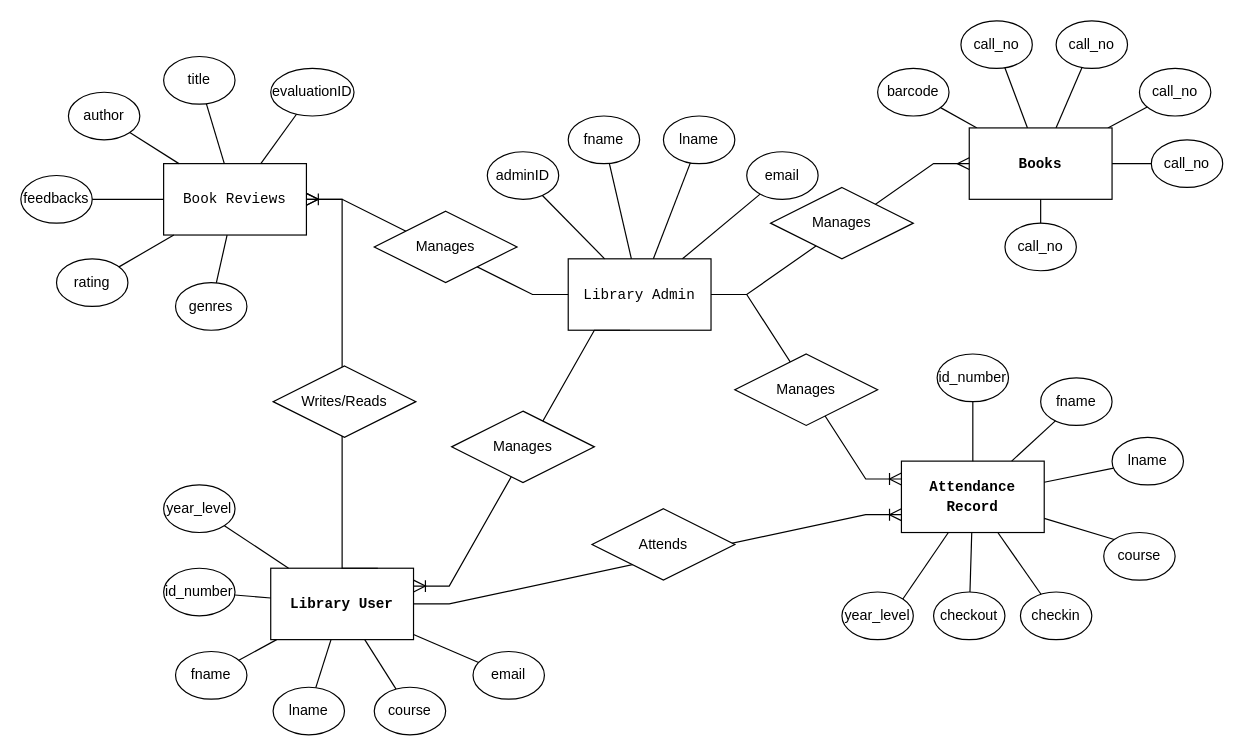
The draw.io diagram erd.drawio in carmelooo1/capstone_docs, before the edit. Source tidied: cells renumbered, new cells numbered last; positions are measured from the earlier drawing's top-left corner, leaving out a move shared by most shapes. Both pictures are drawn from the tidied source at 119%, with x=0, y=0 at pixel (20, 20).
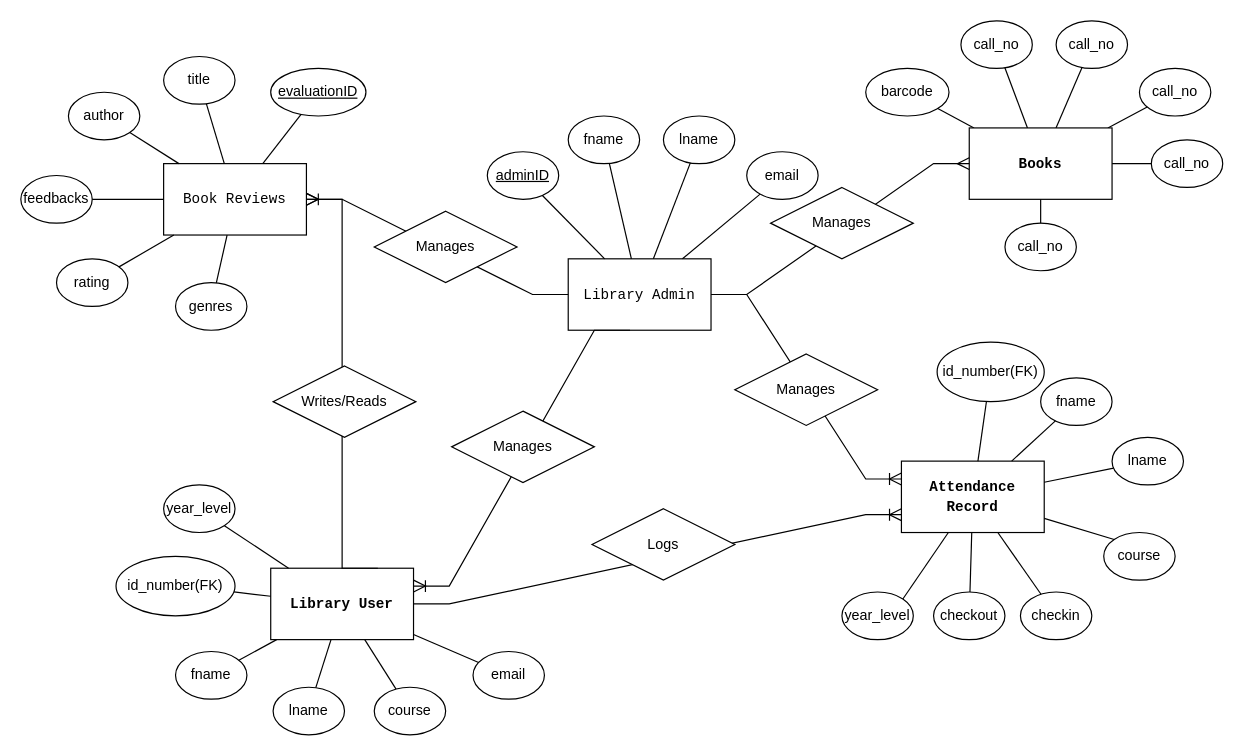
Above is the later version.

The edit, as a diff of the source:
```diff
@@
     <mxCell id="2" value="barcode" style="ellipse;whiteSpace=wrap;html=1;" parent="1" vertex="1">
-      <mxGeometry x="720" y="40" width="60" height="40" as="geometry" />
+      <mxGeometry x="710" y="40" width="70" height="40" as="geometry" />
     </mxCell>
@@
-    <mxCell id="28" value="Attends" style="shape=rhombus;perimeter=rhombusPerimeter;whiteSpace=wrap;html=1;align=center;fontFamily=Helvetica;fontSize=12;fontColor=default;labelBackgroundColor=default;" parent="1" vertex="1">
+    <mxCell id="28" value="Logs" style="shape=rhombus;perimeter=rhombusPerimeter;whiteSpace=wrap;html=1;align=center;fontFamily=Helvetica;fontSize=12;fontColor=default;labelBackgroundColor=default;" parent="1" vertex="1">
       <mxGeometry x="480" y="410" width="120" height="60" as="geometry" />
     </mxCell>
@@
-    <mxCell id="34" value="id_number" style="ellipse;whiteSpace=wrap;html=1;" parent="1" vertex="1">
-      <mxGeometry x="770" y="280" width="60" height="40" as="geometry" />
+    <mxCell id="34" value="id_number(FK)" style="ellipse;whiteSpace=wrap;html=1;" parent="1" vertex="1">
+      <mxGeometry x="770" y="270" width="90" height="50" as="geometry" />
     </mxCell>
@@
-    <mxCell id="49" value="id_number" style="ellipse;whiteSpace=wrap;html=1;" parent="1" vertex="1">
-      <mxGeometry x="120" y="460" width="60" height="40" as="geometry" />
+    <mxCell id="49" value="id_number(FK)" style="ellipse;whiteSpace=wrap;html=1;" parent="1" vertex="1">
+      <mxGeometry x="80" y="450" width="100" height="50" as="geometry" />
     </mxCell>
@@
-    <mxCell id="63" value="evaluationID" style="ellipse;whiteSpace=wrap;html=1;" parent="1" vertex="1">
-      <mxGeometry x="210" y="40" width="70" height="40" as="geometry" />
+    <mxCell id="63" value="&lt;u&gt;evaluationID&lt;/u&gt;" style="ellipse;whiteSpace=wrap;html=1;" parent="1" vertex="1">
+      <mxGeometry x="210" y="40" width="80" height="40" as="geometry" />
     </mxCell>
@@
-    <mxCell id="70" value="adminID" style="ellipse;whiteSpace=wrap;html=1;" parent="1" vertex="1">
+    <mxCell id="70" value="&lt;u&gt;adminID&lt;/u&gt;" style="ellipse;whiteSpace=wrap;html=1;" parent="1" vertex="1">
       <mxGeometry x="392" y="110" width="60" height="40" as="geometry" />
     </mxCell>
```
